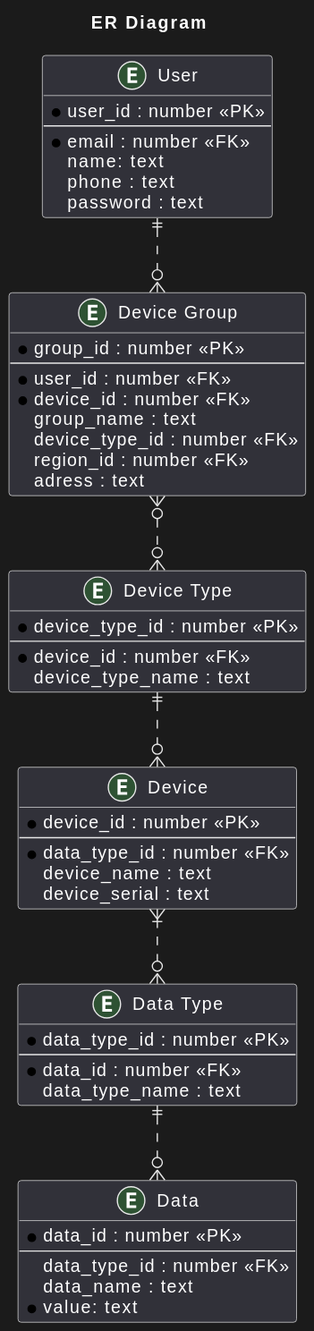
This is diagrams/ER.svg from Boropwnz/architecture-sprint-3, a PlantUML export, as it was before one commit. Source of this version:
```plantuml
@startuml
title ER Diagram

entity "User" {
  * user_id : number <<PK>>
  --
  * email : number <<FK>>
  name: text
  phone : text
  password : text
}

entity "Device Group"{
  * group_id : number <<PK>>
  --
  * user_id : number <<FK>>
  * device_id : number <<FK>>
    group_name : text
    device_type_id : number <<FK>>
    region_id : number <<FK>>
    adress : text
}

entity "Device Type" {
  * device_type_id : number <<PK>>
  --
  * device_id : number <<FK>>
    device_type_name : text
}

entity Device {
  * device_id : number <<PK>>
  --
  * data_type_id : number <<FK>>
    device_name : text
    device_serial : text
}

entity "Data Type" {
  * data_type_id : number <<PK>>
  --
  * data_id : number <<FK>>
    data_type_name : text
}

entity Data {
  * data_id : number <<PK>>
  --
  data_type_id : number <<FK>>
  data_name : text
  * value: text
}



User ||..o{ "Device Group"
"Device Group" }o..o{ "Device Type"
"Device Type" ||..o{ Device
"Device" }|..o{ "Data Type"
"Data Type" ||..o{ Data
@enduml
```
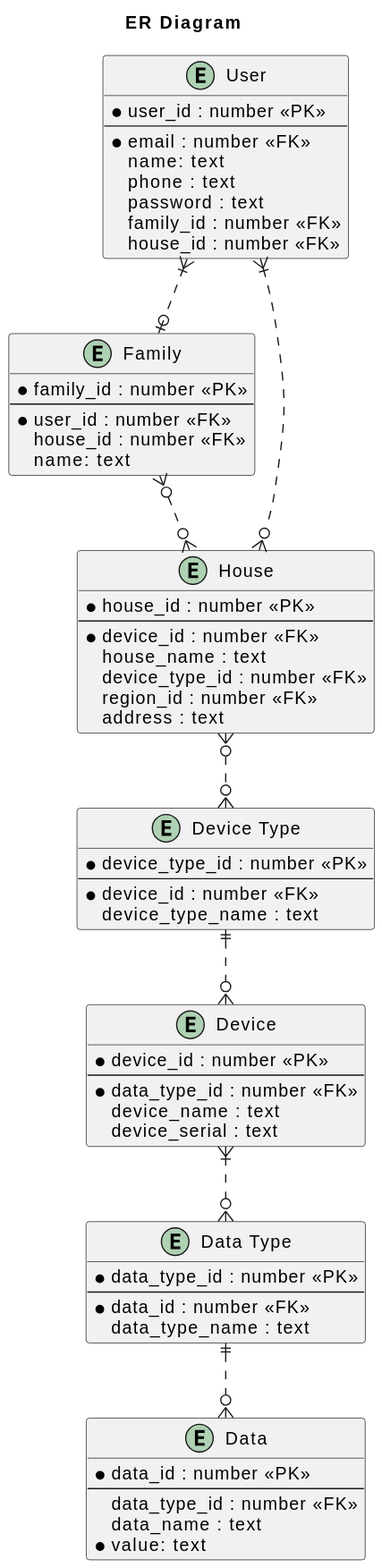
The same diagram one commit later.

What changed in the source:
```diff
@@ -8,17 +8,26 @@
   name: text
   phone : text
   password : text
+  family_id : number <<FK>>
+  house_id : number <<FK>>
 }
 
-entity "Device Group"{
-  * group_id : number <<PK>>
+entity "Family" {
+  * family_id : number <<PK>>
   --
   * user_id : number <<FK>>
+  house_id : number <<FK>>
+  name: text
+}
+
+entity "House"{
+  * house_id : number <<PK>>
+  --
   * device_id : number <<FK>>
-    group_name : text
+    house_name : text
     device_type_id : number <<FK>>
     region_id : number <<FK>>
-    adress : text
+    address : text
 }
 
 entity "Device Type" {
@@ -53,8 +62,10 @@
 
 
 
-User ||..o{ "Device Group"
-"Device Group" }o..o{ "Device Type"
+User }|..o{ "House"
+User }|..o| "Family"
+Family }o..o{ "House"
+"House" }o..o{ "Device Type"
 "Device Type" ||..o{ Device
 "Device" }|..o{ "Data Type"
 "Data Type" ||..o{ Data
```
